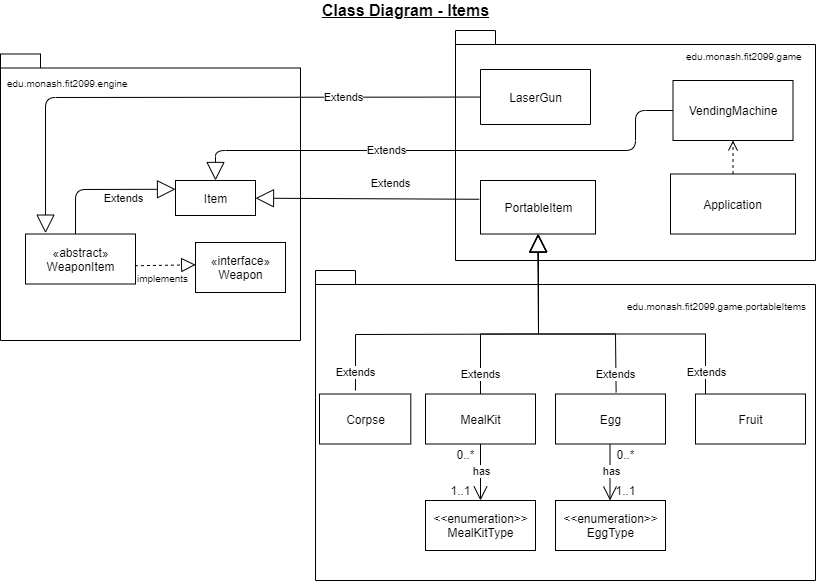
Before: assignment_workings/ClassDiagram - items.png, a diagram exported from draw.io (mltw/fit2099-jurassic-park-2021). Source tidied: cells renumbered, new cells last; positions are measured from the earlier drawing's top-left corner, leaving out a move shared by most shapes.
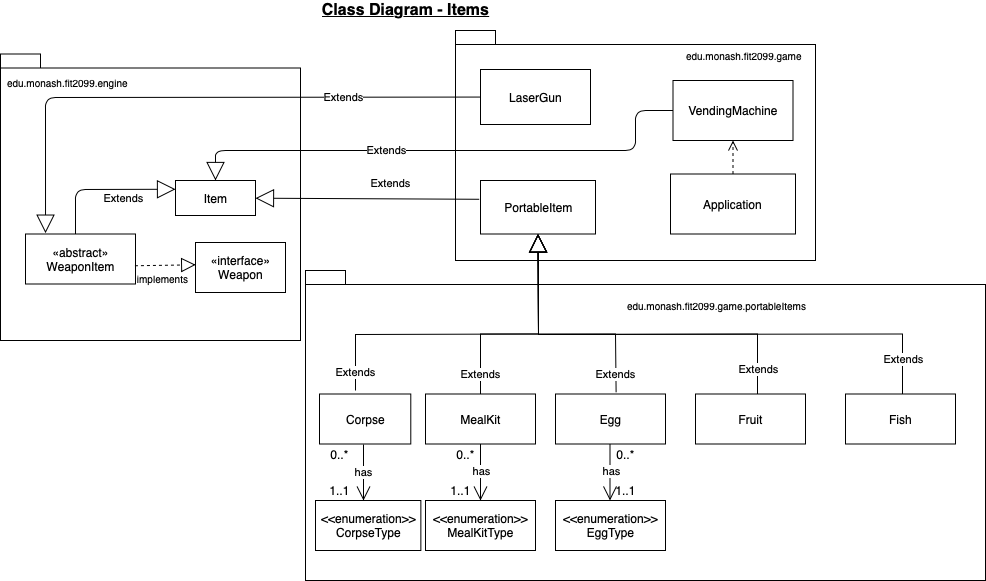
Later version of the same file.

Commit message:
update class diagram - items

What changed in the source:
```diff
@@ -2,25 +2,24 @@
   <root>
     <mxCell id="0" />
     <mxCell id="1" parent="0" />
+    <mxCell id="4" style="shape=folder;fontStyle=1;spacingTop=10;tabWidth=40;tabHeight=14;tabPosition=left;html=1;" parent="1" vertex="1">
+      <mxGeometry x="305" y="270" width="680" height="310" as="geometry" />
+    </mxCell>
     <mxCell id="2" style="shape=folder;fontStyle=1;spacingTop=10;tabWidth=40;tabHeight=14;tabPosition=left;html=1;" parent="1" vertex="1">
       <mxGeometry y="53.5" width="300" height="286.5" as="geometry" />
     </mxCell>
     <mxCell id="3" style="shape=folder;fontStyle=1;spacingTop=10;tabWidth=40;tabHeight=14;tabPosition=left;html=1;" parent="1" vertex="1">
       <mxGeometry x="455" y="30" width="360" height="230" as="geometry" />
     </mxCell>
-    <mxCell id="4" style="shape=folder;fontStyle=1;spacingTop=10;tabWidth=40;tabHeight=14;tabPosition=left;html=1;" parent="1" vertex="1">
-      <mxGeometry x="315" y="270" width="500" height="310" as="geometry" />
-    </mxCell>
     <mxCell id="5" value="Fruit" style="html=1;direction=north;" parent="1" vertex="1">
       <mxGeometry x="695" y="393.5" width="110" height="50" as="geometry" />
     </mxCell>
-    <mxCell id="6" value="Extends" style="endArrow=block;endSize=16;endFill=0;html=1;rounded=0;" parent="1" edge="1">
+    <mxCell id="6" value="Extends" style="endArrow=block;endSize=16;endFill=0;html=1;rounded=0;entryX=0.5;entryY=1;entryDx=0;entryDy=0;" parent="1" edge="1" target="8">
       <mxGeometry x="-0.87" y="-1" relative="1" as="geometry">
-        <mxPoint x="705" y="393.5" as="sourcePoint" />
-        <mxPoint x="538" y="233.5" as="targetPoint" />
+        <mxPoint x="757" y="393.5" as="sourcePoint" />
         <Array as="points">
-          <mxPoint x="705" y="333.5" />
-          <mxPoint x="538" y="333.5" />
+          <mxPoint x="757" y="333.5" />
+          <mxPoint x="538" y="334" />
         </Array>
       </mxGeometry>
     </mxCell>
@@ -168,5 +167,31 @@
     <mxCell id="40" value="0..*" style="text;html=1;align=center;verticalAlign=middle;strokeColor=none;" parent="1" vertex="1">
       <mxGeometry x="610" y="443.5" width="30" height="20" as="geometry" />
     </mxCell>
+    <mxCell id="41" value="Fish" style="html=1;direction=north;" parent="1" vertex="1">
+      <mxGeometry x="845" y="393.5" width="110" height="50" as="geometry" />
+    </mxCell>
+    <mxCell id="42" value="Extends" style="endArrow=block;endSize=16;endFill=0;html=1;rounded=0;entryX=0.5;entryY=1;entryDx=0;entryDy=0;" parent="1" edge="1" target="8">
+      <mxGeometry x="-0.87" y="-1" relative="1" as="geometry">
+        <mxPoint x="902" y="393.5" as="sourcePoint" />
+        <Array as="points">
+          <mxPoint x="902" y="333.5" />
+          <mxPoint x="538" y="334" />
+        </Array>
+      </mxGeometry>
+    </mxCell>
+    <mxCell id="43" value="&lt;font style=&quot;font-size: 12px&quot;&gt;&amp;lt;&amp;lt;enumeration&amp;gt;&amp;gt;&lt;br&gt;CorpseType&lt;br&gt;&lt;/font&gt;" style="html=1;fontSize=6;" parent="1" vertex="1">
+      <mxGeometry x="315" y="500" width="105.4" height="50" as="geometry" />
+    </mxCell>
+    <mxCell id="44" value="1..1" style="text;html=1;align=center;verticalAlign=middle;points=[];strokeColor=none;" parent="1" vertex="1">
+      <mxGeometry x="319" y="480" width="40" height="20" as="geometry" />
+    </mxCell>
+    <mxCell id="45" value="0..*" style="text;html=1;align=center;verticalAlign=middle;strokeColor=none;" parent="1" vertex="1">
+      <mxGeometry x="324" y="443.5" width="30" height="20" as="geometry" />
+    </mxCell>
+    <mxCell id="46" value="has" style="endArrow=open;endFill=1;endSize=12;html=1;entryX=1.1;entryY=1;entryDx=0;entryDy=0;entryPerimeter=0;" parent="1" edge="1" target="44">
+      <mxGeometry relative="1" as="geometry">
+        <mxPoint x="363" y="444" as="sourcePoint" />
+      </mxGeometry>
+    </mxCell>
   </root>
 </mxGraphModel>
```
